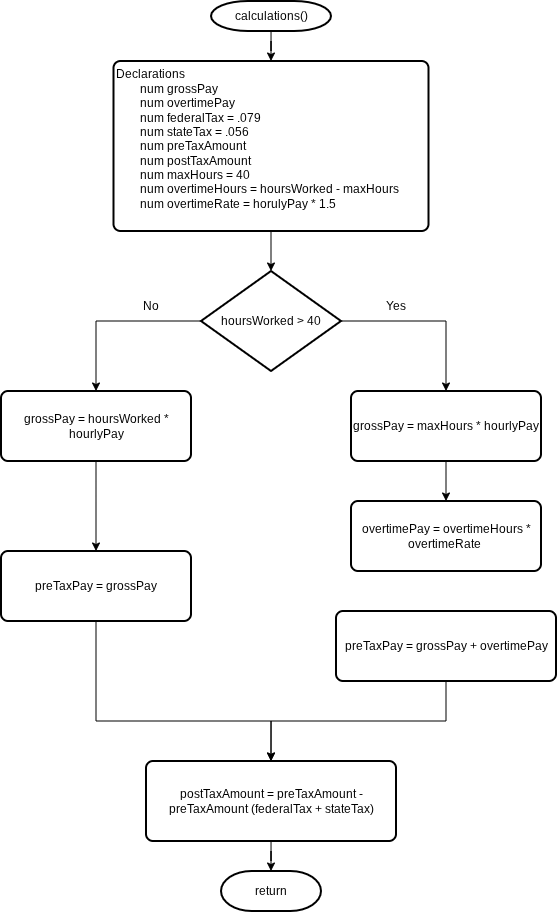
Before: Group Project Calculations.drawio.png, a diagram exported from draw.io (istewart23/Computing-Logic). Source tidied: cells renumbered, new cells last; positions are measured from the earlier drawing's top-left corner, leaving out a move shared by most shapes.
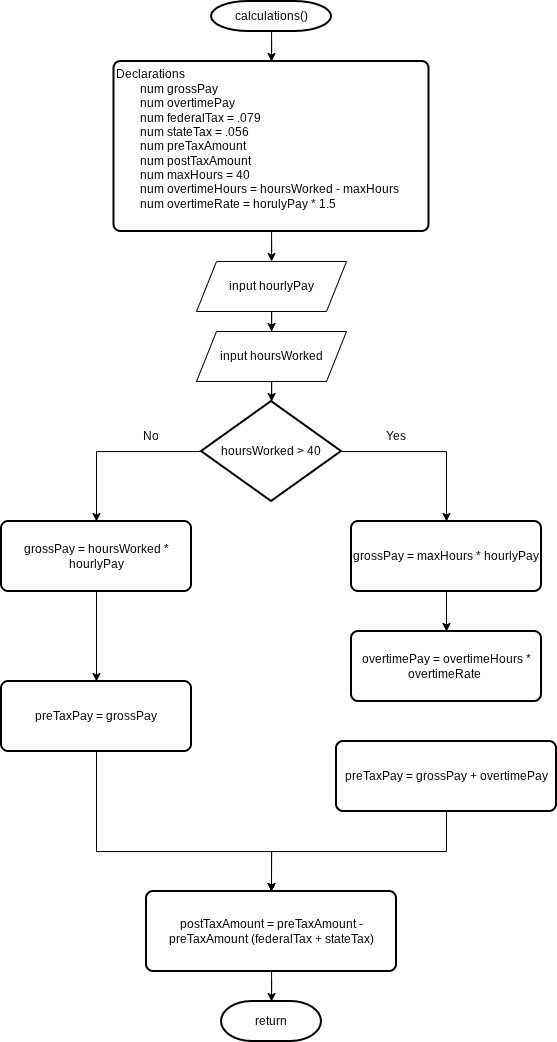
The same diagram one commit later.

Change to the diagram source:
```diff
@@ -6,10 +6,13 @@
       <mxGeometry relative="1" as="geometry" />
     </mxCell>
     <mxCell id="3" value="calculations()" style="strokeWidth=2;html=1;shape=mxgraph.flowchart.terminator;whiteSpace=wrap;" parent="1" vertex="1">
-      <mxGeometry x="210" width="120" height="30" as="geometry" />
+      <mxGeometry x="210" y="-130" width="120" height="30" as="geometry" />
     </mxCell>
+    <mxCell id="23" style="edgeStyle=orthogonalEdgeStyle;rounded=0;jettySize=auto;html=1;" parent="1" edge="1" source="4" target="27">
+      <mxGeometry relative="1" as="geometry" />
+    </mxCell>
     <mxCell id="4" value="Declarations&lt;div&gt;&lt;span style=&quot;white-space: pre;&quot;&gt;&#9;&lt;/span&gt;num grossPay&lt;br&gt;&lt;/div&gt;&lt;div&gt;&lt;span style=&quot;white-space: pre;&quot;&gt;&#9;&lt;/span&gt;num overtimePay&lt;br&gt;&lt;/div&gt;&lt;div&gt;&lt;span style=&quot;white-space: pre;&quot;&gt;&#9;&lt;/span&gt;num federalTax = .079&lt;br&gt;&lt;/div&gt;&lt;div&gt;&lt;span style=&quot;white-space: pre;&quot;&gt;&#9;&lt;/span&gt;num stateTax = .056&lt;br&gt;&lt;/div&gt;&lt;div&gt;&lt;span style=&quot;white-space: pre;&quot;&gt;&#9;&lt;/span&gt;num preTaxAmount&lt;br&gt;&lt;/div&gt;&lt;div&gt;&lt;span style=&quot;white-space: pre;&quot;&gt;&#9;&lt;/span&gt;num postTaxAmount&lt;br&gt;&lt;/div&gt;&lt;div&gt;&lt;span style=&quot;white-space: pre;&quot;&gt;&#9;&lt;/span&gt;num maxHours = 40&lt;br&gt;&lt;/div&gt;&lt;div&gt;&lt;span style=&quot;white-space: pre;&quot;&gt;&#9;&lt;/span&gt;num overtimeHours = hoursWorked - maxHours&lt;br&gt;&lt;/div&gt;&lt;div&gt;&lt;span style=&quot;white-space: pre;&quot;&gt;&#9;&lt;/span&gt;num overtimeRate = horulyPay * 1.5&lt;br&gt;&lt;/div&gt;&lt;div&gt;&lt;span style=&quot;white-space: pre;&quot;&gt;&#9;&lt;/span&gt;&lt;br&gt;&lt;/div&gt;" style="rounded=1;whiteSpace=wrap;html=1;absoluteArcSize=1;arcSize=14;strokeWidth=2;align=left;" parent="1" vertex="1">
-      <mxGeometry x="112.5" y="60" width="315" height="170" as="geometry" />
+      <mxGeometry x="112.5" y="-70" width="315" height="170" as="geometry" />
     </mxCell>
     <mxCell id="5" style="edgeStyle=orthogonalEdgeStyle;rounded=0;jettySize=auto;html=1;entryX=0.5;entryY=0;entryDx=0;entryDy=0;" parent="1" edge="1" source="7" target="9">
       <mxGeometry relative="1" as="geometry" />
@@ -58,9 +61,6 @@
     <mxCell id="18" value="preTaxPay = grossPay + overtimePay" style="rounded=1;whiteSpace=wrap;html=1;absoluteArcSize=1;arcSize=14;strokeWidth=2;" parent="1" vertex="1">
       <mxGeometry x="335" y="610" width="220" height="70" as="geometry" />
     </mxCell>
-    <mxCell id="19" style="edgeStyle=orthogonalEdgeStyle;rounded=0;jettySize=auto;html=1;entryX=0.5;entryY=0;entryDx=0;entryDy=0;entryPerimeter=0;" parent="1" edge="1" source="4" target="7">
-      <mxGeometry relative="1" as="geometry" />
-    </mxCell>
     <mxCell id="20" value="postTaxAmount = preTaxAmount - preTaxAmount (federalTax + stateTax)" style="rounded=1;whiteSpace=wrap;html=1;absoluteArcSize=1;arcSize=14;strokeWidth=2;" parent="1" vertex="1">
       <mxGeometry x="145" y="760" width="250" height="80" as="geometry" />
     </mxCell>
@@ -70,5 +70,17 @@
     <mxCell id="22" style="edgeStyle=orthogonalEdgeStyle;rounded=0;jettySize=auto;html=1;entryX=0.5;entryY=0;entryDx=0;entryDy=0;entryPerimeter=0;" parent="1" edge="1" source="20" target="21">
       <mxGeometry relative="1" as="geometry" />
     </mxCell>
+    <mxCell id="24" style="edgeStyle=orthogonalEdgeStyle;rounded=0;jettySize=auto;html=1;" parent="1" edge="1" source="25" target="7">
+      <mxGeometry relative="1" as="geometry" />
+    </mxCell>
+    <mxCell id="25" value="input hoursWorked" style="shape=parallelogram;perimeter=parallelogramPerimeter;whiteSpace=wrap;html=1;fixedSize=1;" parent="1" vertex="1">
+      <mxGeometry x="195" y="200" width="150" height="50" as="geometry" />
+    </mxCell>
+    <mxCell id="26" style="edgeStyle=orthogonalEdgeStyle;rounded=0;jettySize=auto;html=1;" parent="1" edge="1" source="27" target="25">
+      <mxGeometry relative="1" as="geometry" />
+    </mxCell>
+    <mxCell id="27" value="input hourlyPay" style="shape=parallelogram;perimeter=parallelogramPerimeter;whiteSpace=wrap;html=1;fixedSize=1;" parent="1" vertex="1">
+      <mxGeometry x="195" y="130" width="150" height="50" as="geometry" />
+    </mxCell>
   </root>
 </mxGraphModel>
```
